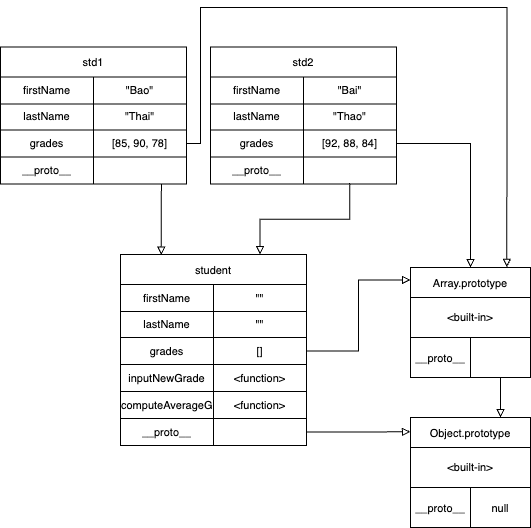
Above: imgs/lab6_prob1.png in Chhunneng/CS472 (draw.io), before the change. Source tidied: cells renumbered, new cells last; positions are measured from the earlier drawing's top-left corner, leaving out a move shared by most shapes.
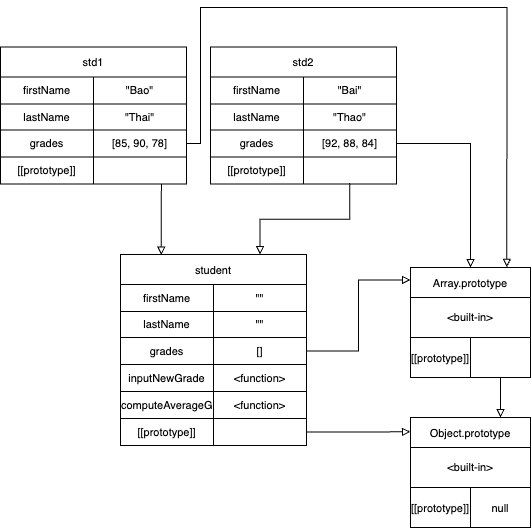
After the change.

Diff of the diagram source:
```diff
@@ -17,7 +17,7 @@
     <mxCell id="6" style="shape=tableRow;horizontal=0;startSize=0;swimlaneHead=0;swimlaneBody=0;strokeColor=inherit;top=0;left=0;bottom=0;right=0;fillColor=none;fontSize=16;" parent="3" vertex="1">
       <mxGeometry y="70" width="120" height="40" as="geometry" />
     </mxCell>
-    <mxCell id="7" value="&lt;font style=&quot;font-size: 11px;&quot;&gt;__proto__&lt;/font&gt;" style="shape=partialRectangle;html=1;whiteSpace=wrap;strokeColor=inherit;overflow=hidden;fillColor=none;top=0;left=0;bottom=0;right=0;fontSize=16;" parent="6" vertex="1">
+    <mxCell id="7" value="&lt;span style=&quot;font-size: 11px;&quot;&gt;[[prototype]]&lt;/span&gt;" style="shape=partialRectangle;html=1;whiteSpace=wrap;strokeColor=inherit;overflow=hidden;fillColor=none;top=0;left=0;bottom=0;right=0;fontSize=16;" parent="6" vertex="1">
       <mxGeometry width="60" height="40" as="geometry" />
     </mxCell>
     <mxCell id="8" value="&lt;font style=&quot;font-size: 11px;&quot;&gt;null&lt;/font&gt;" style="shape=partialRectangle;html=1;whiteSpace=wrap;strokeColor=inherit;overflow=hidden;fillColor=none;top=0;left=0;bottom=0;right=0;fontSize=16;" parent="6" vertex="1">
@@ -80,7 +80,7 @@
     <mxCell id="27" style="shape=tableRow;horizontal=0;startSize=0;swimlaneHead=0;swimlaneBody=0;strokeColor=inherit;top=0;left=0;bottom=0;right=0;fillColor=none;points=[[0,0.5],[1,0.5]];portConstraint=eastwest;fontSize=11;" parent="11" vertex="1">
       <mxGeometry y="164" width="186" height="27" as="geometry" />
     </mxCell>
-    <mxCell id="28" value="__proto__" style="shape=partialRectangle;html=1;whiteSpace=wrap;strokeColor=inherit;overflow=hidden;fillColor=none;top=0;left=0;bottom=0;right=0;fontSize=11;" parent="27" vertex="1">
+    <mxCell id="28" value="[[prototype]]" style="shape=partialRectangle;html=1;whiteSpace=wrap;strokeColor=inherit;overflow=hidden;fillColor=none;top=0;left=0;bottom=0;right=0;fontSize=11;" parent="27" vertex="1">
       <mxGeometry width="93" height="27" as="geometry" />
     </mxCell>
     <mxCell id="29" style="shape=partialRectangle;html=1;whiteSpace=wrap;strokeColor=inherit;overflow=hidden;fillColor=none;top=0;left=0;bottom=0;right=0;fontSize=11;" parent="27" vertex="1">
@@ -98,7 +98,7 @@
     <mxCell id="33" style="shape=tableRow;horizontal=0;startSize=0;swimlaneHead=0;swimlaneBody=0;strokeColor=inherit;top=0;left=0;bottom=0;right=0;fillColor=none;points=[[0,0.5],[1,0.5]];portConstraint=eastwest;fontSize=16;" parent="30" vertex="1">
       <mxGeometry y="70" width="120" height="40" as="geometry" />
     </mxCell>
-    <mxCell id="34" value="&lt;font style=&quot;font-size: 11px;&quot;&gt;__proto__&lt;/font&gt;" style="shape=partialRectangle;html=1;whiteSpace=wrap;strokeColor=inherit;overflow=hidden;fillColor=none;top=0;left=0;bottom=0;right=0;fontSize=16;" parent="33" vertex="1">
+    <mxCell id="34" value="&lt;span style=&quot;font-size: 11px;&quot;&gt;[[prototype]]&lt;/span&gt;" style="shape=partialRectangle;html=1;whiteSpace=wrap;strokeColor=inherit;overflow=hidden;fillColor=none;top=0;left=0;bottom=0;right=0;fontSize=16;" parent="33" vertex="1">
       <mxGeometry width="60" height="40" as="geometry" />
     </mxCell>
     <mxCell id="35" style="shape=partialRectangle;html=1;whiteSpace=wrap;strokeColor=inherit;overflow=hidden;fillColor=none;top=0;left=0;bottom=0;right=0;fontSize=16;" parent="33" vertex="1">
@@ -143,7 +143,7 @@
     <mxCell id="48" style="shape=tableRow;horizontal=0;startSize=0;swimlaneHead=0;swimlaneBody=0;strokeColor=inherit;top=0;left=0;bottom=0;right=0;fillColor=none;points=[[0,0.5],[1,0.5]];portConstraint=eastwest;fontSize=11;" parent="38" vertex="1">
       <mxGeometry y="110" width="186" height="27" as="geometry" />
     </mxCell>
-    <mxCell id="49" value="__proto__" style="shape=partialRectangle;html=1;whiteSpace=wrap;strokeColor=inherit;overflow=hidden;fillColor=none;top=0;left=0;bottom=0;right=0;fontSize=11;" parent="48" vertex="1">
+    <mxCell id="49" value="[[prototype]]" style="shape=partialRectangle;html=1;whiteSpace=wrap;strokeColor=inherit;overflow=hidden;fillColor=none;top=0;left=0;bottom=0;right=0;fontSize=11;" parent="48" vertex="1">
       <mxGeometry width="93" height="27" as="geometry" />
     </mxCell>
     <mxCell id="50" style="shape=partialRectangle;html=1;whiteSpace=wrap;strokeColor=inherit;overflow=hidden;fillColor=none;top=0;left=0;bottom=0;right=0;fontSize=11;" parent="48" vertex="1">
@@ -182,7 +182,7 @@
     <mxCell id="61" style="shape=tableRow;horizontal=0;startSize=0;swimlaneHead=0;swimlaneBody=0;strokeColor=inherit;top=0;left=0;bottom=0;right=0;fillColor=none;points=[[0,0.5],[1,0.5]];portConstraint=eastwest;fontSize=11;" parent="51" vertex="1">
       <mxGeometry y="110" width="186" height="27" as="geometry" />
     </mxCell>
-    <mxCell id="62" value="__proto__" style="shape=partialRectangle;html=1;whiteSpace=wrap;strokeColor=inherit;overflow=hidden;fillColor=none;top=0;left=0;bottom=0;right=0;fontSize=11;" parent="61" vertex="1">
+    <mxCell id="62" value="[[prototype]]" style="shape=partialRectangle;html=1;whiteSpace=wrap;strokeColor=inherit;overflow=hidden;fillColor=none;top=0;left=0;bottom=0;right=0;fontSize=11;" parent="61" vertex="1">
       <mxGeometry width="93" height="27" as="geometry" />
     </mxCell>
     <mxCell id="63" style="shape=partialRectangle;html=1;whiteSpace=wrap;strokeColor=inherit;overflow=hidden;fillColor=none;top=0;left=0;bottom=0;right=0;fontSize=11;" parent="61" vertex="1">
```
